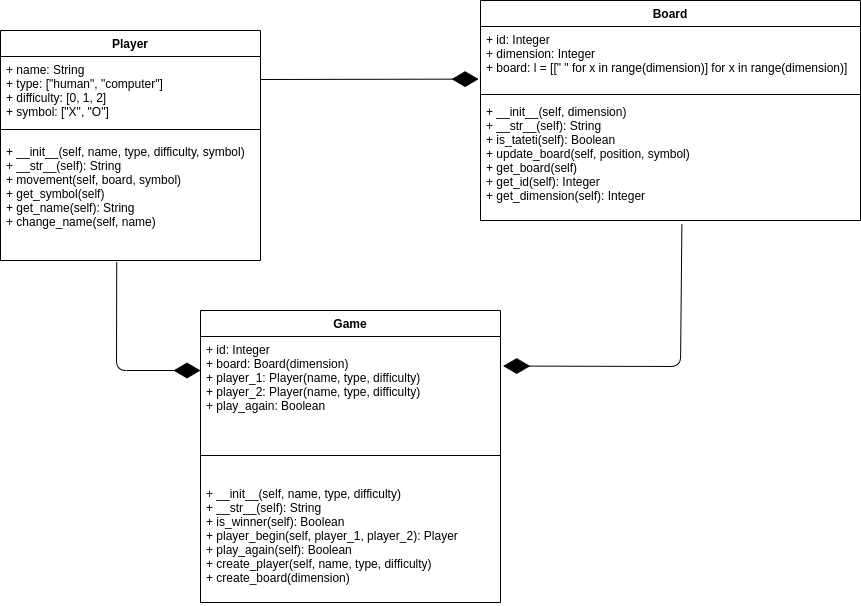
Before: doc/tateti.png, a diagram exported from draw.io (joagonzalez/tateti). Source tidied: cells renumbered, new cells last; positions are measured from the earlier drawing's top-left corner, leaving out a move shared by most shapes.
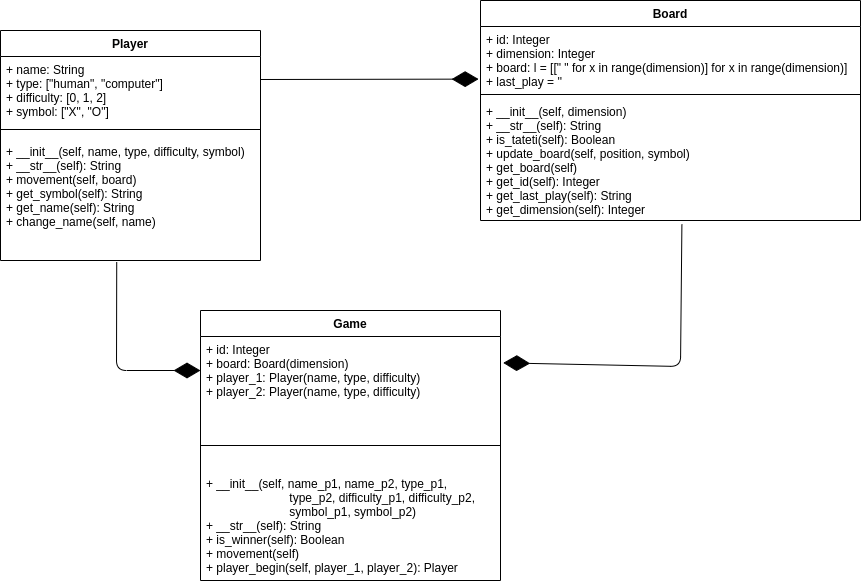
Later version of the same file.

Commit message:
movement refactor and game class

The edit, as a diff of the source:
```diff
@@ -11,32 +11,32 @@
     <mxCell id="4" style="line;strokeWidth=1;fillColor=none;align=left;verticalAlign=middle;spacingTop=-1;spacingLeft=3;spacingRight=3;labelPosition=right;" parent="2" vertex="1">
       <mxGeometry y="90" width="260" height="18" as="geometry" />
     </mxCell>
-    <mxCell id="5" value="+ __init__(self, name, type, difficulty, symbol)&#10;+ __str__(self): String&#10;+ movement(self, board, symbol)&#10;+ get_symbol(self)&#10;+ get_name(self): String&#10;+ change_name(self, name)" style="text;strokeColor=none;fillColor=none;align=left;verticalAlign=top;spacingLeft=4;spacingRight=4;overflow=hidden;points=[[0,0.5],[1,0.5]];portConstraint=eastwest;" parent="2" vertex="1">
+    <mxCell id="5" value="+ __init__(self, name, type, difficulty, symbol)&#10;+ __str__(self): String&#10;+ movement(self, board)&#10;+ get_symbol(self): String&#10;+ get_name(self): String&#10;+ change_name(self, name)" style="text;strokeColor=none;fillColor=none;align=left;verticalAlign=top;spacingLeft=4;spacingRight=4;overflow=hidden;points=[[0,0.5],[1,0.5]];portConstraint=eastwest;" parent="2" vertex="1">
       <mxGeometry y="108" width="260" height="122" as="geometry" />
     </mxCell>
     <mxCell id="6" value="Board" style="swimlane;fontStyle=1;align=center;verticalAlign=top;horizontal=1;startSize=26;" parent="1" vertex="1">
       <mxGeometry x="480" width="380" height="220" as="geometry" />
     </mxCell>
-    <mxCell id="7" value="+ id: Integer&#10;+ dimension: Integer&#10;+ board: l = [[&quot; &quot; for x in range(dimension)] for x in range(dimension)]" style="text;strokeColor=none;fillColor=none;align=left;verticalAlign=top;spacingLeft=4;spacingRight=4;overflow=hidden;points=[[0,0.5],[1,0.5]];portConstraint=eastwest;" parent="6" vertex="1">
+    <mxCell id="7" value="+ id: Integer&#10;+ dimension: Integer&#10;+ board: l = [[&quot; &quot; for x in range(dimension)] for x in range(dimension)]&#10;+ last_play = ''" style="text;strokeColor=none;fillColor=none;align=left;verticalAlign=top;spacingLeft=4;spacingRight=4;overflow=hidden;points=[[0,0.5],[1,0.5]];portConstraint=eastwest;" parent="6" vertex="1">
       <mxGeometry y="26" width="380" height="64" as="geometry" />
     </mxCell>
     <mxCell id="8" style="line;strokeWidth=1;fillColor=none;align=left;verticalAlign=middle;spacingTop=-1;spacingLeft=3;spacingRight=3;labelPosition=right;" parent="6" vertex="1">
       <mxGeometry y="90" width="380" height="8" as="geometry" />
     </mxCell>
-    <mxCell id="9" value="+ __init__(self, dimension)&#10;+ __str__(self): String&#10;+ is_tateti(self): Boolean&#10;+ update_board(self, position, symbol)&#10;+ get_board(self)&#10;+ get_id(self): Integer&#10;+ get_dimension(self): Integer" style="text;strokeColor=none;fillColor=none;align=left;verticalAlign=top;spacingLeft=4;spacingRight=4;overflow=hidden;points=[[0,0.5],[1,0.5]];portConstraint=eastwest;" parent="6" vertex="1">
+    <mxCell id="9" value="+ __init__(self, dimension)&#10;+ __str__(self): String&#10;+ is_tateti(self): Boolean&#10;+ update_board(self, position, symbol)&#10;+ get_board(self)&#10;+ get_id(self): Integer&#10;+ get_last_play(self): String&#10;+ get_dimension(self): Integer" style="text;strokeColor=none;fillColor=none;align=left;verticalAlign=top;spacingLeft=4;spacingRight=4;overflow=hidden;points=[[0,0.5],[1,0.5]];portConstraint=eastwest;" parent="6" vertex="1">
       <mxGeometry y="98" width="380" height="122" as="geometry" />
     </mxCell>
     <mxCell id="10" value="Game" style="swimlane;fontStyle=1;align=center;verticalAlign=top;horizontal=1;startSize=26;" parent="1" vertex="1">
-      <mxGeometry x="200" y="310" width="300" height="292" as="geometry" />
+      <mxGeometry x="200" y="310" width="300" height="270" as="geometry" />
     </mxCell>
-    <mxCell id="11" value="+ id: Integer&#10;+ board: Board(dimension)&#10;+ player_1: Player(name, type, difficulty)&#10;+ player_2: Player(name, type, difficulty)&#10;+ play_again: Boolean" style="text;strokeColor=none;fillColor=none;align=left;verticalAlign=top;spacingLeft=4;spacingRight=4;overflow=hidden;points=[[0,0.5],[1,0.5]];portConstraint=eastwest;" parent="10" vertex="1">
-      <mxGeometry y="26" width="300" height="94" as="geometry" />
+    <mxCell id="11" value="+ id: Integer&#10;+ board: Board(dimension)&#10;+ player_1: Player(name, type, difficulty)&#10;+ player_2: Player(name, type, difficulty)" style="text;strokeColor=none;fillColor=none;align=left;verticalAlign=top;spacingLeft=4;spacingRight=4;overflow=hidden;points=[[0,0.5],[1,0.5]];portConstraint=eastwest;" parent="10" vertex="1">
+      <mxGeometry y="26" width="300" height="84" as="geometry" />
     </mxCell>
     <mxCell id="12" style="line;strokeWidth=1;fillColor=none;align=left;verticalAlign=middle;spacingTop=-1;spacingLeft=3;spacingRight=3;labelPosition=right;" parent="10" vertex="1">
-      <mxGeometry y="120" width="300" height="50" as="geometry" />
+      <mxGeometry y="110" width="300" height="50" as="geometry" />
     </mxCell>
-    <mxCell id="13" value="+ __init__(self, name, type, difficulty)&#10;+ __str__(self): String&#10;+ is_winner(self): Boolean&#10;+ player_begin(self, player_1, player_2): Player&#10;+ play_again(self): Boolean&#10;+ create_player(self, name, type, difficulty)&#10;+ create_board(dimension)" style="text;strokeColor=none;fillColor=none;align=left;verticalAlign=top;spacingLeft=4;spacingRight=4;overflow=hidden;" parent="10" vertex="1">
-      <mxGeometry y="170" width="300" height="122" as="geometry" />
+    <mxCell id="13" value="+ __init__(self, name_p1, name_p2, type_p1,&#10;                         type_p2, difficulty_p1, difficulty_p2,&#10;                         symbol_p1, symbol_p2)&#10;+ __str__(self): String&#10;+ is_winner(self): Boolean&#10;+ movement(self)&#10;+ player_begin(self, player_1, player_2): Player&#10;" style="text;strokeColor=none;fillColor=none;align=left;verticalAlign=top;spacingLeft=4;spacingRight=4;overflow=hidden;" parent="10" vertex="1">
+      <mxGeometry y="160" width="300" height="110" as="geometry" />
     </mxCell>
     <mxCell id="14" style="endArrow=diamondThin;endFill=1;endSize=24;html=1;exitX=0.447;exitY=1.014;exitDx=0;exitDy=0;exitPerimeter=0;" parent="1" edge="1" source="5">
       <mxGeometry relative="1" as="geometry">
```
